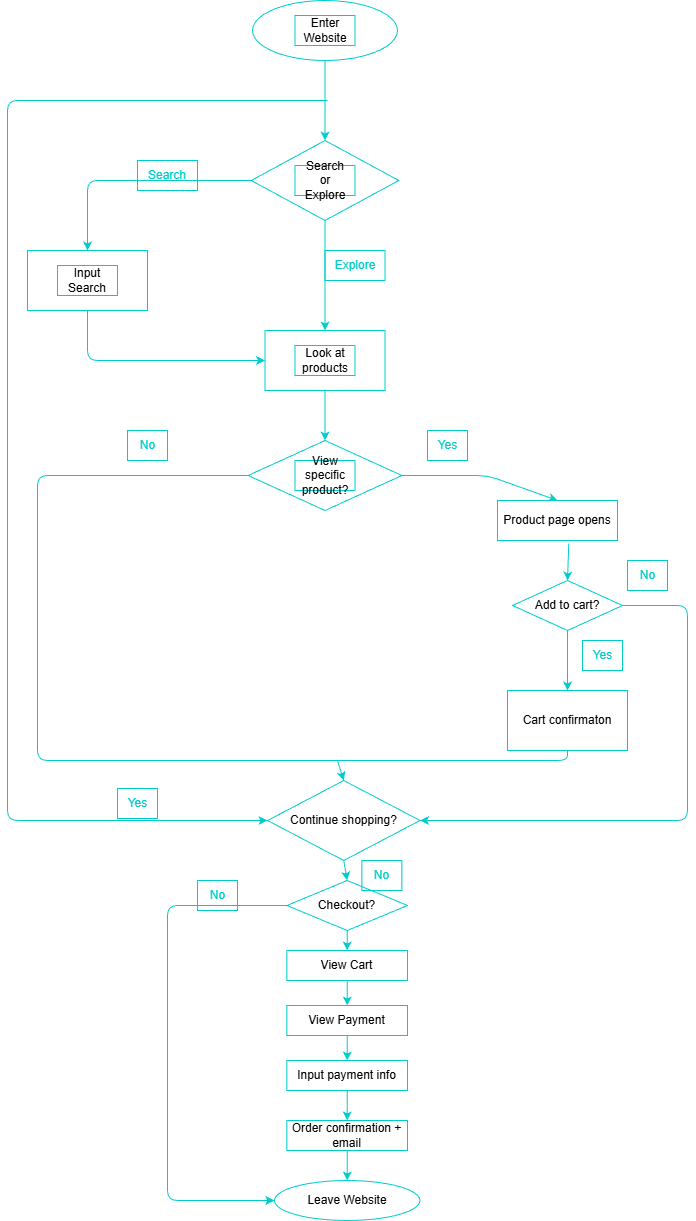
Before: explore/diagramming/diagram.drawio.png, a diagram exported from draw.io (Omark4321/sp26-cse110-lab4). Source tidied: cells renumbered, new cells last; positions are measured from the earlier drawing's top-left corner, leaving out a move shared by most shapes.
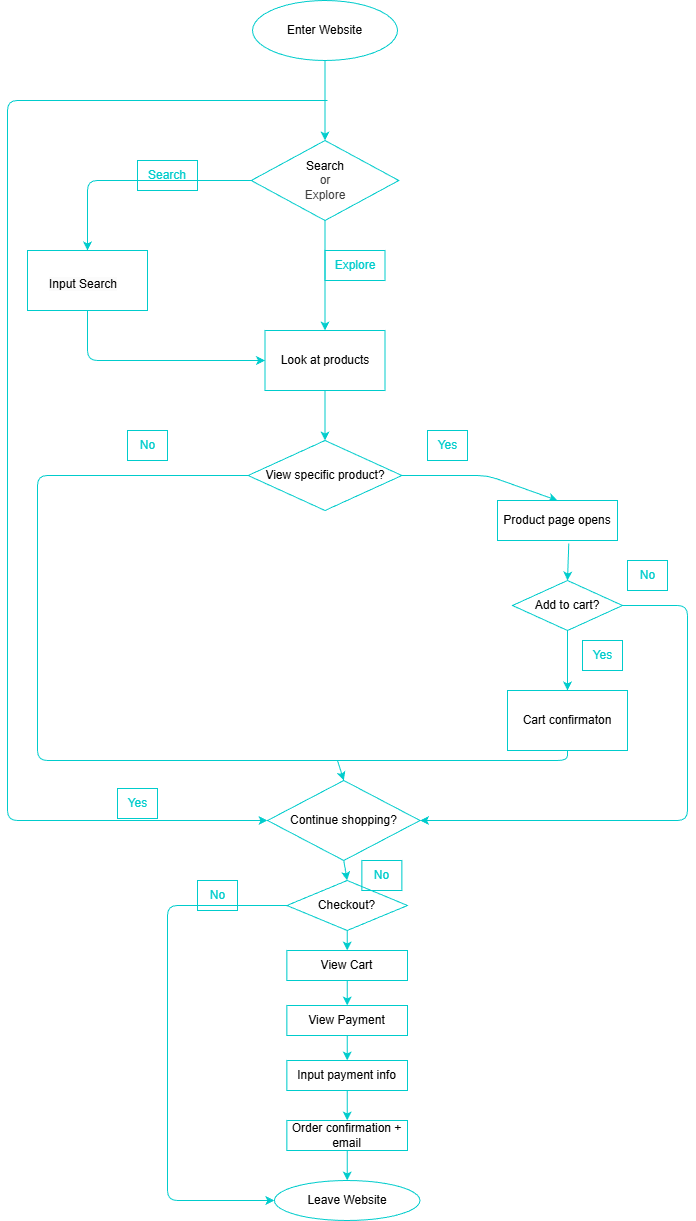
After the change.

The edit, as a diff of the source:
```diff
@@ -2,18 +2,12 @@
   <root>
     <mxCell id="0" />
     <mxCell id="1" parent="0" />
-    <mxCell id="2" style="ellipse;whiteSpace=wrap;html=1;strokeColor=#00CCCC;" parent="1" vertex="1">
+    <mxCell id="2" value="&lt;span style=&quot;color: rgb(0, 0, 0);&quot;&gt;Enter Website&lt;/span&gt;" style="ellipse;whiteSpace=wrap;html=1;strokeColor=#00CCCC;" parent="1" vertex="1">
       <mxGeometry x="245" width="145" height="60" as="geometry" />
     </mxCell>
-    <mxCell id="3" value="Enter Website" style="text;html=1;align=center;verticalAlign=middle;whiteSpace=wrap;rounded=0;strokeColor=#00CCCC;" parent="1" vertex="1">
-      <mxGeometry x="287.5" y="15" width="60" height="30" as="geometry" />
-    </mxCell>
-    <mxCell id="4" style="rhombus;whiteSpace=wrap;html=1;strokeColor=#00CCCC;" parent="1" vertex="1">
+    <mxCell id="4" value="&lt;span style=&quot;color: rgb(0, 0, 0);&quot;&gt;Search&lt;/span&gt;&lt;div style=&quot;color: rgb(63, 63, 63); scrollbar-color: rgb(226, 226, 226) rgb(251, 251, 251);&quot;&gt;&lt;font style=&quot;scrollbar-color: rgb(226, 226, 226) rgb(251, 251, 251);&quot;&gt;or&lt;br style=&quot;color: rgb(63, 63, 63); scrollbar-color: rgb(226, 226, 226) rgb(251, 251, 251);&quot;&gt;&lt;/font&gt;Explore&lt;/div&gt;" style="rhombus;whiteSpace=wrap;html=1;strokeColor=#00CCCC;" parent="1" vertex="1">
       <mxGeometry x="243.8" y="140" width="147.5" height="80" as="geometry" />
     </mxCell>
-    <mxCell id="5" value="Search&lt;div&gt;&lt;font color=&quot;#000000&quot;&gt;or&lt;br&gt;&lt;/font&gt;Explore&lt;/div&gt;" style="text;html=1;align=center;verticalAlign=middle;whiteSpace=wrap;rounded=0;strokeColor=#00CCCC;" parent="1" vertex="1">
-      <mxGeometry x="287.5" y="165" width="60" height="30" as="geometry" />
-    </mxCell>
     <mxCell id="6" style="endArrow=classic;html=1;exitX=0.5;exitY=1;exitDx=0;exitDy=0;entryX=0.5;entryY=0;entryDx=0;entryDy=0;strokeColor=#00CCCC;" parent="1" edge="1" source="2" target="4">
       <mxGeometry relative="1" as="geometry" />
     </mxCell>
@@ -36,9 +30,6 @@
     <mxCell id="9" style="rounded=0;whiteSpace=wrap;html=1;strokeColor=#00CCCC;" parent="1" vertex="1">
       <mxGeometry x="20" y="250" width="120" height="60" as="geometry" />
     </mxCell>
-    <mxCell id="10" value="Input Search" style="text;html=1;align=center;verticalAlign=middle;whiteSpace=wrap;rounded=0;strokeColor=#00CCCC;" parent="1" vertex="1">
-      <mxGeometry x="50" y="265" width="60" height="30" as="geometry" />
-    </mxCell>
     <mxCell id="11" style="endArrow=classic;html=1;exitX=0.5;exitY=1;exitDx=0;exitDy=0;strokeColor=#00CCCC;" parent="1" edge="1" source="9" target="12">
       <mxGeometry relative="1" as="geometry">
         <Array as="points">
@@ -46,24 +37,18 @@
         </Array>
       </mxGeometry>
     </mxCell>
-    <mxCell id="12" style="rounded=0;whiteSpace=wrap;html=1;strokeColor=#00CCCC;" parent="1" vertex="1">
+    <mxCell id="12" value="&lt;span style=&quot;color: rgb(0, 0, 0);&quot;&gt;Look at products&lt;/span&gt;" style="rounded=0;whiteSpace=wrap;html=1;strokeColor=#00CCCC;" parent="1" vertex="1">
       <mxGeometry x="257.5" y="330" width="120" height="60" as="geometry" />
     </mxCell>
     <mxCell id="13" style="endArrow=classic;html=1;exitX=0.5;exitY=1;exitDx=0;exitDy=0;entryX=0.5;entryY=0;entryDx=0;entryDy=0;strokeColor=#00CCCC;" parent="1" edge="1" source="4" target="12">
       <mxGeometry relative="1" as="geometry" />
     </mxCell>
-    <mxCell id="14" value="Look at products" style="text;html=1;align=center;verticalAlign=middle;whiteSpace=wrap;rounded=0;strokeColor=#00CCCC;" parent="1" vertex="1">
-      <mxGeometry x="287.5" y="345" width="60" height="30" as="geometry" />
-    </mxCell>
-    <mxCell id="15" style="rhombus;whiteSpace=wrap;html=1;strokeColor=#00CCCC;" parent="1" vertex="1">
+    <mxCell id="15" value="&lt;span style=&quot;color: rgb(0, 0, 0);&quot;&gt;View specific product?&lt;/span&gt;" style="rhombus;whiteSpace=wrap;html=1;strokeColor=#00CCCC;" parent="1" vertex="1">
       <mxGeometry x="240.6" y="440" width="153.8" height="70" as="geometry" />
     </mxCell>
     <mxCell id="16" style="endArrow=classic;html=1;exitX=0.5;exitY=1;exitDx=0;exitDy=0;entryX=0.5;entryY=0;entryDx=0;entryDy=0;strokeColor=#00CCCC;" parent="1" edge="1" source="12" target="15">
       <mxGeometry relative="1" as="geometry" />
     </mxCell>
-    <mxCell id="17" value="View specific product?" style="text;html=1;align=center;verticalAlign=middle;whiteSpace=wrap;rounded=0;strokeColor=#00CCCC;" parent="1" vertex="1">
-      <mxGeometry x="287.5" y="460" width="60" height="30" as="geometry" />
-    </mxCell>
     <mxCell id="18" style="endArrow=classic;html=1;exitX=1;exitY=0.5;exitDx=0;exitDy=0;entryX=0.5;entryY=0;entryDx=0;entryDy=0;strokeColor=#00CCCC;" parent="1" edge="1" source="15" target="19">
       <mxGeometry relative="1" as="geometry">
         <Array as="points">
@@ -192,5 +177,8 @@
     <mxCell id="50" value="&lt;font color=&quot;#00cccc&quot;&gt;No&lt;/font&gt;" style="text;html=1;align=center;verticalAlign=middle;strokeColor=#00CCCC;fillColor=none;" parent="1" vertex="1">
       <mxGeometry x="120" y="430" width="40" height="30" as="geometry" />
     </mxCell>
+    <mxCell id="10" value="&lt;span style=&quot;color: rgb(0, 0, 0); font-family: Helvetica; font-size: 12px; font-style: normal; font-variant-ligatures: normal; font-variant-caps: normal; font-weight: 400; letter-spacing: normal; orphans: 2; text-align: center; text-indent: 0px; text-transform: none; widows: 2; word-spacing: 0px; -webkit-text-stroke-width: 0px; white-space: normal; background-color: rgb(251, 251, 251); text-decoration-thickness: initial; text-decoration-style: initial; text-decoration-color: initial; display: inline !important; float: none;&quot;&gt;Input Search&lt;/span&gt;" style="text;whiteSpace=wrap;html=1;" parent="1" vertex="1">
+      <mxGeometry x="40" y="270" width="100" height="40" as="geometry" />
+    </mxCell>
   </root>
 </mxGraphModel>
```
